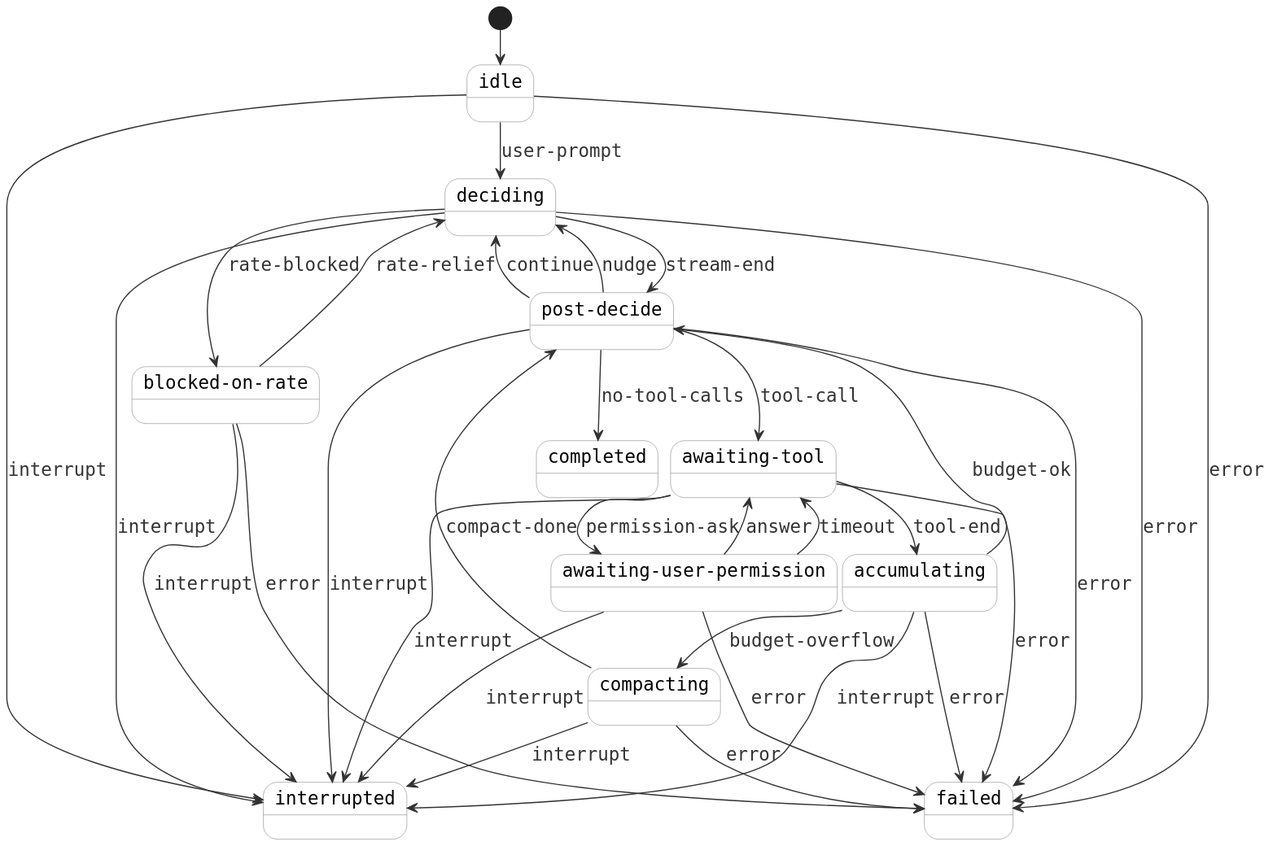
Before: site/assets/diagrams/state-machine-light.svg, a diagram exported from PlantUML (11111000000/yeah).
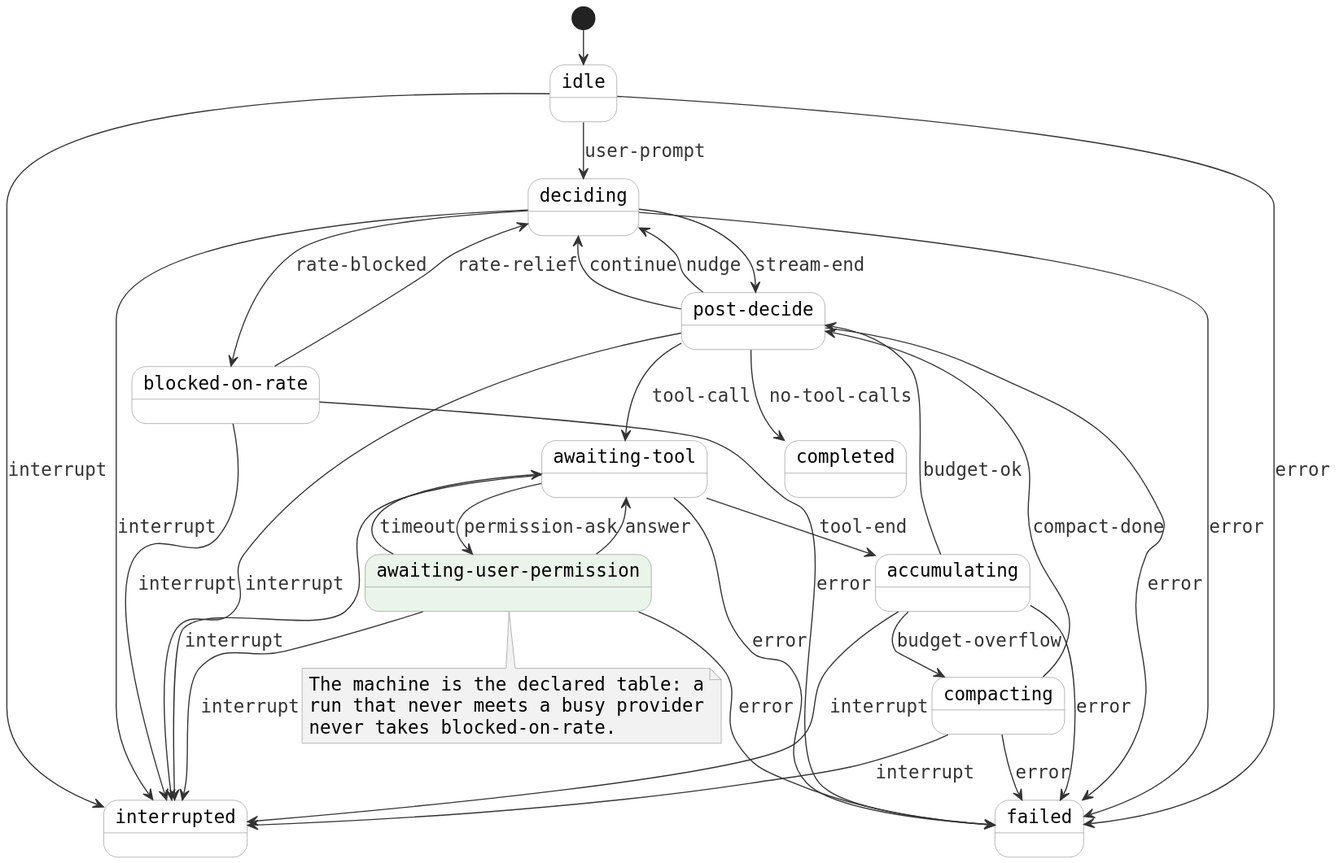
Above is the later version.

What changed in the source:
```diff
@@ -1,4 +1,5 @@
 @startuml
+!define SUBJECT_BG #EAF4EA
 skinparam nodeStyle rectangle
 skinparam stateStyle rectangle
 skinparam componentStyle rectangle
@@ -30,7 +31,7 @@
 state deciding
 state "post-decide" as post_decide
 state "awaiting-tool" as awaiting_tool
-state "awaiting-user-permission" as awaiting_user_permission
+state "awaiting-user-permission" as awaiting_user_permission SUBJECT_BG
 state accumulating
 state compacting
 state "blocked-on-rate" as blocked_on_rate
@@ -69,4 +70,9 @@
 accumulating --> interrupted : interrupt
 compacting --> interrupted : interrupt
 blocked_on_rate --> interrupted : interrupt
+note bottom of awaiting_user_permission
+  The machine is the declared table: a
+  run that never meets a busy provider
+  never takes blocked-on-rate.
+end note
 @enduml
```
